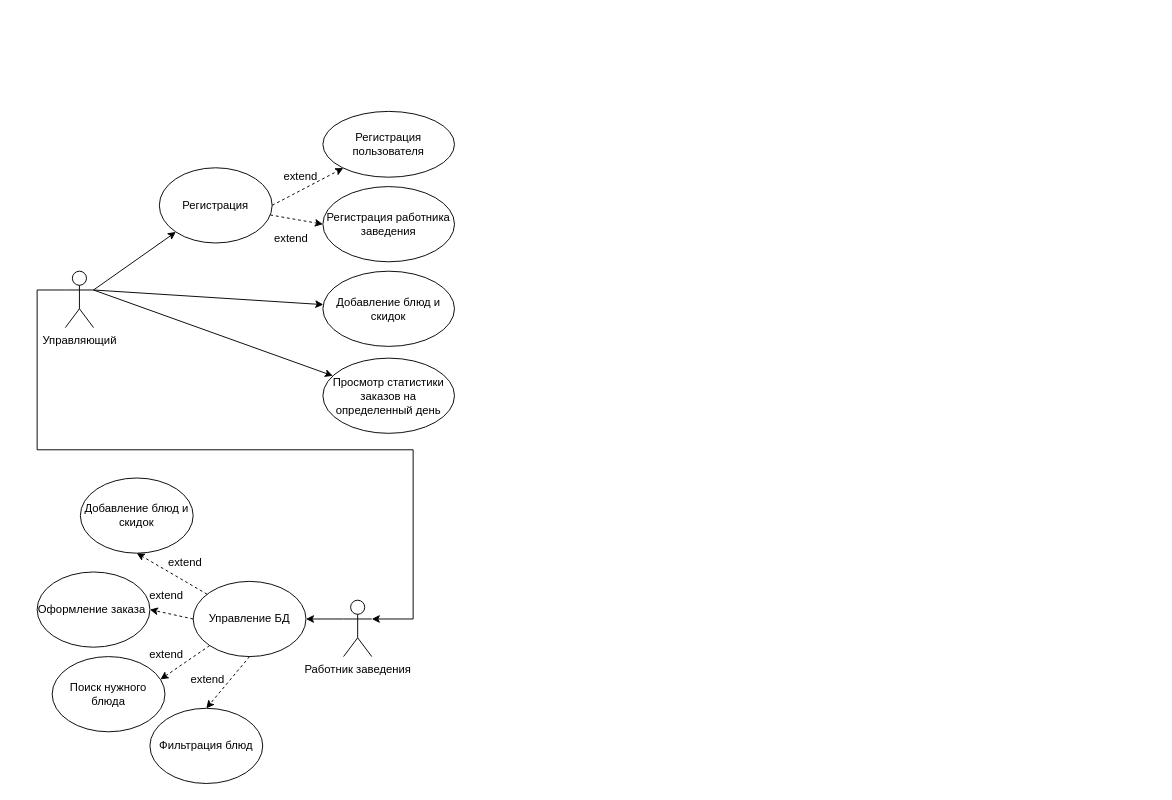
Before: diagrams/Diagram_variants.drawio in PyroGodz/ProjectionInternetSystems, a draw.io diagram. Source tidied: cells renumbered, new cells numbered last; positions are measured from the earlier drawing's top-left corner, leaving out a move shared by most shapes. Both pictures are drawn from the tidied source at 94%, with x=0, y=0 at pixel (37, 111).
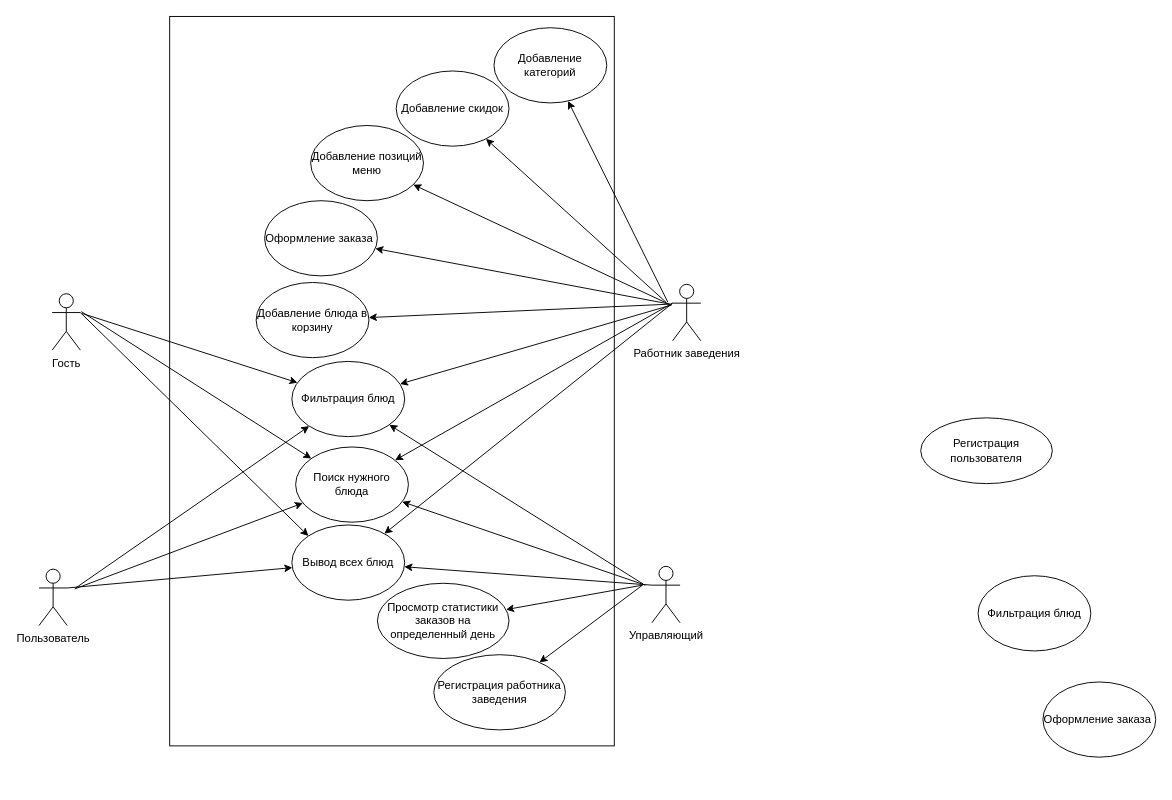
After the change.

The edit, as a diff of the source:
```diff
@@
+    <mxCell id="31" style="rounded=0;whiteSpace=wrap;html=1;" parent="1" vertex="1">
+      <mxGeometry x="141" y="-101" width="473" height="776" as="geometry" />
+    </mxCell>
     <mxCell id="2" value="Управляющий" style="shape=umlActor;verticalLabelPosition=bottom;verticalAlign=top;html=1;outlineConnect=0;" parent="1" vertex="1">
-      <mxGeometry x="30" y="170" width="30" height="60" as="geometry" />
+      <mxGeometry x="654" y="484" width="30" height="60" as="geometry" />
     </mxCell>
-    <mxCell id="3" style="edgeStyle=orthogonalEdgeStyle;rounded=0;jettySize=auto;html=1;startArrow=classic;startFill=1;endArrow=none;endFill=0;entryX=0;entryY=0.3333333333333333;entryDx=0;entryDy=0;entryPerimeter=0;" parent="1" edge="1" source="4" target="2">
-      <mxGeometry relative="1" as="geometry">
-        <Array as="points">
-          <mxPoint x="400" y="540" />
-          <mxPoint x="400" y="360" />
-          <mxPoint y="360" />
-          <mxPoint y="190" />
-        </Array>
-      </mxGeometry>
-    </mxCell>
     <mxCell id="4" value="Работник заведения" style="shape=umlActor;verticalLabelPosition=bottom;verticalAlign=top;html=1;outlineConnect=0;" parent="1" vertex="1">
-      <mxGeometry x="326" y="520" width="30" height="60" as="geometry" />
+      <mxGeometry x="676" y="184" width="30" height="60" as="geometry" />
     </mxCell>
     <mxCell id="5" value="Регистрация пользователя" style="ellipse;whiteSpace=wrap;html=1;" parent="1" vertex="1">
-      <mxGeometry x="304" width="140" height="70" as="geometry" />
+      <mxGeometry x="940" y="326" width="140" height="70" as="geometry" />
     </mxCell>
     <mxCell id="6" value="Регистрация работника заведения" style="ellipse;whiteSpace=wrap;html=1;" parent="1" vertex="1">
-      <mxGeometry x="304" y="80" width="140" height="80" as="geometry" />
+      <mxGeometry x="422" y="578" width="140" height="80" as="geometry" />
     </mxCell>
-    <mxCell id="7" value="Добавление блюд и скидок" style="ellipse;whiteSpace=wrap;html=1;" parent="1" vertex="1">
-      <mxGeometry x="304" y="170" width="140" height="80" as="geometry" />
-    </mxCell>
-    <mxCell id="8" value="Регистрация" style="ellipse;whiteSpace=wrap;html=1;" parent="1" vertex="1">
-      <mxGeometry x="130" y="60" width="120" height="80" as="geometry" />
-    </mxCell>
-    <mxCell id="9" style="endArrow=classic;html=1;rounded=0;exitX=1;exitY=0.3333333333333333;exitDx=0;exitDy=0;exitPerimeter=0;entryX=0;entryY=1;entryDx=0;entryDy=0;startArrow=none;startFill=0;endFill=1;" parent="1" edge="1" source="2" target="8">
-      <mxGeometry relative="1" as="geometry" />
-    </mxCell>
-    <mxCell id="10" style="endArrow=classic;html=1;rounded=0;dashed=1;exitX=1;exitY=0.5;exitDx=0;exitDy=0;" parent="1" edge="1" source="8" target="5">
-      <mxGeometry relative="1" as="geometry" />
-    </mxCell>
-    <mxCell id="11" value="extend" style="text;html=1;align=center;verticalAlign=middle;strokeColor=none;fillColor=none;" parent="1" vertex="1">
-      <mxGeometry x="250" y="55" width="60" height="30" as="geometry" />
-    </mxCell>
-    <mxCell id="12" style="endArrow=classic;html=1;rounded=0;dashed=1;entryX=0;entryY=0.5;entryDx=0;entryDy=0;" parent="1" edge="1" source="8" target="6">
-      <mxGeometry relative="1" as="geometry" />
-    </mxCell>
-    <mxCell id="13" value="extend" style="text;html=1;align=center;verticalAlign=middle;strokeColor=none;fillColor=none;" parent="1" vertex="1">
-      <mxGeometry x="240" y="120" width="60" height="30" as="geometry" />
-    </mxCell>
-    <mxCell id="14" style="endArrow=classic;html=1;rounded=0;startArrow=none;startFill=0;endFill=1;" parent="1" edge="1" target="7">
-      <mxGeometry relative="1" as="geometry">
-        <mxPoint x="60" y="190" as="sourcePoint" />
-      </mxGeometry>
-    </mxCell>
-    <mxCell id="15" value="Добавление блюд и скидок" style="ellipse;whiteSpace=wrap;html=1;" parent="1" vertex="1">
-      <mxGeometry x="46" y="390" width="120" height="80" as="geometry" />
+    <mxCell id="15" value="Добавление блюда в корзину" style="ellipse;whiteSpace=wrap;html=1;" parent="1" vertex="1">
+      <mxGeometry x="233" y="182" width="120" height="80" as="geometry" />
     </mxCell>
-    <mxCell id="16" value="Поиск нужного блюда" style="ellipse;whiteSpace=wrap;html=1;" parent="1" vertex="1">
-      <mxGeometry x="16" y="580" width="120" height="80" as="geometry" />
-    </mxCell>
-    <mxCell id="17" value="Управление БД" style="ellipse;whiteSpace=wrap;html=1;" parent="1" vertex="1">
-      <mxGeometry x="166" y="500" width="120" height="80" as="geometry" />
-    </mxCell>
-    <mxCell id="18" style="endArrow=classic;html=1;rounded=0;exitX=0;exitY=0.3333333333333333;exitDx=0;exitDy=0;exitPerimeter=0;" parent="1" edge="1" source="4" target="17">
-      <mxGeometry relative="1" as="geometry" />
-    </mxCell>
     <mxCell id="19" value="Фильтрация блюд" style="ellipse;whiteSpace=wrap;html=1;" parent="1" vertex="1">
-      <mxGeometry x="120" y="635" width="120" height="80" as="geometry" />
+      <mxGeometry x="271" y="266" width="120" height="80" as="geometry" />
     </mxCell>
     <mxCell id="20" value="Оформление заказа&amp;nbsp;" style="ellipse;whiteSpace=wrap;html=1;" parent="1" vertex="1">
-      <mxGeometry y="490" width="120" height="80" as="geometry" />
+      <mxGeometry x="1070" y="607" width="120" height="80" as="geometry" />
     </mxCell>
-    <mxCell id="21" style="endArrow=classic;html=1;rounded=0;dashed=1;entryX=0.5;entryY=1;entryDx=0;entryDy=0;" parent="1" edge="1" source="17" target="15">
-      <mxGeometry relative="1" as="geometry" />
-    </mxCell>
-    <mxCell id="22" style="endArrow=classic;html=1;rounded=0;dashed=1;entryX=1;entryY=0.5;entryDx=0;entryDy=0;exitX=0;exitY=0.5;exitDx=0;exitDy=0;" parent="1" edge="1" source="17">
-      <mxGeometry relative="1" as="geometry">
-        <mxPoint x="120" y="530" as="targetPoint" />
-      </mxGeometry>
-    </mxCell>
-    <mxCell id="23" style="endArrow=classic;html=1;rounded=0;dashed=1;entryX=0.96;entryY=0.303;entryDx=0;entryDy=0;exitX=0;exitY=1;exitDx=0;exitDy=0;entryPerimeter=0;" parent="1" edge="1" source="17" target="16">
-      <mxGeometry relative="1" as="geometry" />
-    </mxCell>
-    <mxCell id="24" style="endArrow=classic;html=1;rounded=0;dashed=1;entryX=0.5;entryY=0;entryDx=0;entryDy=0;exitX=0.5;exitY=1;exitDx=0;exitDy=0;" parent="1" edge="1" source="17" target="19">
-      <mxGeometry relative="1" as="geometry" />
-    </mxCell>
-    <mxCell id="25" value="&amp;nbsp;extend" style="text;html=1;strokeColor=none;fillColor=none;align=center;verticalAlign=middle;whiteSpace=wrap;rounded=0;" parent="1" vertex="1">
-      <mxGeometry x="106" y="562.5" width="60" height="30" as="geometry" />
-    </mxCell>
-    <mxCell id="26" value="&amp;nbsp;extend" style="text;html=1;strokeColor=none;fillColor=none;align=center;verticalAlign=middle;whiteSpace=wrap;rounded=0;" parent="1" vertex="1">
-      <mxGeometry x="150" y="590" width="60" height="30" as="geometry" />
-    </mxCell>
-    <mxCell id="27" value="&amp;nbsp;extend" style="text;html=1;strokeColor=none;fillColor=none;align=center;verticalAlign=middle;whiteSpace=wrap;rounded=0;" parent="1" vertex="1">
-      <mxGeometry x="106" y="500" width="60" height="30" as="geometry" />
-    </mxCell>
-    <mxCell id="28" value="&amp;nbsp;extend" style="text;html=1;strokeColor=none;fillColor=none;align=center;verticalAlign=middle;whiteSpace=wrap;rounded=0;" parent="1" vertex="1">
-      <mxGeometry x="126" y="465" width="60" height="30" as="geometry" />
-    </mxCell>
     <mxCell id="29" value="Просмотр статистики заказов на определенный день" style="ellipse;whiteSpace=wrap;html=1;" parent="1" vertex="1">
-      <mxGeometry x="304" y="262.5" width="140" height="80" as="geometry" />
+      <mxGeometry x="362" y="502" width="140" height="80" as="geometry" />
     </mxCell>
-    <mxCell id="30" style="endArrow=classic;html=1;rounded=0;startArrow=none;startFill=0;endFill=1;exitX=1;exitY=0.3333333333333333;exitDx=0;exitDy=0;exitPerimeter=0;" parent="1" edge="1" source="2" target="29">
-      <mxGeometry relative="1" as="geometry" />
-    </mxCell>
+    <mxCell id="32" value="Оформление заказа&amp;nbsp;" style="ellipse;whiteSpace=wrap;html=1;" parent="1" vertex="1">
+      <mxGeometry x="242" y="95" width="120" height="80" as="geometry" />
+    </mxCell>
+    <mxCell id="33" value="Фильтрация блюд" style="ellipse;whiteSpace=wrap;html=1;" parent="1" vertex="1">
+      <mxGeometry x="1001" y="494" width="120" height="80" as="geometry" />
+    </mxCell>
+    <mxCell id="34" value="Пользователь" style="shape=umlActor;verticalLabelPosition=bottom;verticalAlign=top;html=1;outlineConnect=0;" parent="1" vertex="1">
+      <mxGeometry x="2" y="487" width="30" height="60" as="geometry" />
+    </mxCell>
+    <mxCell id="35" value="Гость" style="shape=umlActor;verticalLabelPosition=bottom;verticalAlign=top;html=1;outlineConnect=0;" parent="1" vertex="1">
+      <mxGeometry x="16" y="194" width="30" height="60" as="geometry" />
+    </mxCell>
+    <mxCell id="36" value="Добавление позиций меню" style="ellipse;whiteSpace=wrap;html=1;" parent="1" vertex="1">
+      <mxGeometry x="291" y="15" width="120" height="80" as="geometry" />
+    </mxCell>
+    <mxCell id="16" value="Поиск нужного блюда" style="ellipse;whiteSpace=wrap;html=1;" parent="1" vertex="1">
+      <mxGeometry x="275" y="357" width="120" height="80" as="geometry" />
+    </mxCell>
+    <mxCell id="37" value="Вывод всех блюд" style="ellipse;whiteSpace=wrap;html=1;" parent="1" vertex="1">
+      <mxGeometry x="271" y="440" width="120" height="80" as="geometry" />
+    </mxCell>
+    <mxCell id="38" style="endArrow=classic;html=1;rounded=0;exitX=1;exitY=0.3333333333333333;exitDx=0;exitDy=0;exitPerimeter=0;" parent="1" edge="1" source="34" target="37">
+      <mxGeometry relative="1" as="geometry" />
+    </mxCell>
+    <mxCell id="39" style="endArrow=classic;html=1;rounded=0;exitX=1;exitY=0.3333333333333333;exitDx=0;exitDy=0;exitPerimeter=0;entryX=0;entryY=0;entryDx=0;entryDy=0;" parent="1" edge="1" source="35" target="37">
+      <mxGeometry relative="1" as="geometry" />
+    </mxCell>
+    <mxCell id="40" style="endArrow=classic;html=1;rounded=0;" parent="1" edge="1" target="16">
+      <mxGeometry relative="1" as="geometry">
+        <mxPoint x="40" y="508" as="sourcePoint" />
+      </mxGeometry>
+    </mxCell>
+    <mxCell id="41" style="endArrow=classic;html=1;rounded=0;" parent="1" edge="1" target="16">
+      <mxGeometry relative="1" as="geometry">
+        <mxPoint x="47" y="213" as="sourcePoint" />
+      </mxGeometry>
+    </mxCell>
+    <mxCell id="42" style="endArrow=classic;html=1;rounded=0;" parent="1" edge="1" target="19">
+      <mxGeometry relative="1" as="geometry">
+        <mxPoint x="41" y="507" as="sourcePoint" />
+      </mxGeometry>
+    </mxCell>
+    <mxCell id="43" style="endArrow=classic;html=1;rounded=0;" parent="1" edge="1" target="19">
+      <mxGeometry relative="1" as="geometry">
+        <mxPoint x="48" y="215" as="sourcePoint" />
+      </mxGeometry>
+    </mxCell>
+    <mxCell id="44" style="endArrow=classic;html=1;rounded=0;exitX=0;exitY=0.3333333333333333;exitDx=0;exitDy=0;exitPerimeter=0;" parent="1" edge="1" source="2" target="37">
+      <mxGeometry relative="1" as="geometry" />
+    </mxCell>
+    <mxCell id="45" style="endArrow=classic;html=1;rounded=0;" parent="1" edge="1" target="16">
+      <mxGeometry relative="1" as="geometry">
+        <mxPoint x="647" y="504" as="sourcePoint" />
+      </mxGeometry>
+    </mxCell>
+    <mxCell id="46" style="endArrow=classic;html=1;rounded=0;" parent="1" edge="1" target="19">
+      <mxGeometry relative="1" as="geometry">
+        <mxPoint x="645" y="503" as="sourcePoint" />
+      </mxGeometry>
+    </mxCell>
+    <mxCell id="47" style="endArrow=classic;html=1;rounded=0;exitX=0;exitY=0.3333333333333333;exitDx=0;exitDy=0;exitPerimeter=0;" parent="1" edge="1" source="4" target="37">
+      <mxGeometry relative="1" as="geometry" />
+    </mxCell>
+    <mxCell id="48" style="endArrow=classic;html=1;rounded=0;exitX=0;exitY=0.3333333333333333;exitDx=0;exitDy=0;exitPerimeter=0;" parent="1" edge="1" source="4" target="16">
+      <mxGeometry relative="1" as="geometry" />
+    </mxCell>
+    <mxCell id="49" style="endArrow=classic;html=1;rounded=0;" parent="1" edge="1" target="19">
+      <mxGeometry relative="1" as="geometry">
+        <mxPoint x="675" y="206" as="sourcePoint" />
+      </mxGeometry>
+    </mxCell>
+    <mxCell id="50" style="endArrow=classic;html=1;rounded=0;" parent="1" edge="1" target="29">
+      <mxGeometry relative="1" as="geometry">
+        <mxPoint x="644" y="504" as="sourcePoint" />
+      </mxGeometry>
+    </mxCell>
+    <mxCell id="51" value="Добавление скидок" style="ellipse;whiteSpace=wrap;html=1;" parent="1" vertex="1">
+      <mxGeometry x="382" y="-43" width="120" height="80" as="geometry" />
+    </mxCell>
+    <mxCell id="52" value="Добавление категорий" style="ellipse;whiteSpace=wrap;html=1;" parent="1" vertex="1">
+      <mxGeometry x="486" y="-89" width="120" height="80" as="geometry" />
+    </mxCell>
+    <mxCell id="53" style="endArrow=classic;html=1;rounded=0;" parent="1" edge="1" target="15">
+      <mxGeometry relative="1" as="geometry">
+        <mxPoint x="675" y="205" as="sourcePoint" />
+      </mxGeometry>
+    </mxCell>
+    <mxCell id="54" style="endArrow=classic;html=1;rounded=0;" parent="1" edge="1" target="32">
+      <mxGeometry relative="1" as="geometry">
+        <mxPoint x="673" y="205" as="sourcePoint" />
+      </mxGeometry>
+    </mxCell>
+    <mxCell id="55" style="endArrow=classic;html=1;rounded=0;" parent="1" edge="1" target="36">
+      <mxGeometry relative="1" as="geometry">
+        <mxPoint x="672" y="205" as="sourcePoint" />
+      </mxGeometry>
+    </mxCell>
+    <mxCell id="56" style="endArrow=classic;html=1;rounded=0;" parent="1" edge="1" target="51">
+      <mxGeometry relative="1" as="geometry">
+        <mxPoint x="669" y="203" as="sourcePoint" />
+      </mxGeometry>
+    </mxCell>
+    <mxCell id="57" style="endArrow=classic;html=1;rounded=0;" parent="1" edge="1" target="52">
+      <mxGeometry relative="1" as="geometry">
+        <mxPoint x="671" y="203" as="sourcePoint" />
+      </mxGeometry>
+    </mxCell>
+    <mxCell id="58" style="endArrow=classic;html=1;rounded=0;" parent="1" edge="1" target="6">
+      <mxGeometry relative="1" as="geometry">
+        <mxPoint x="644" y="504" as="sourcePoint" />
+      </mxGeometry>
+    </mxCell>
```
